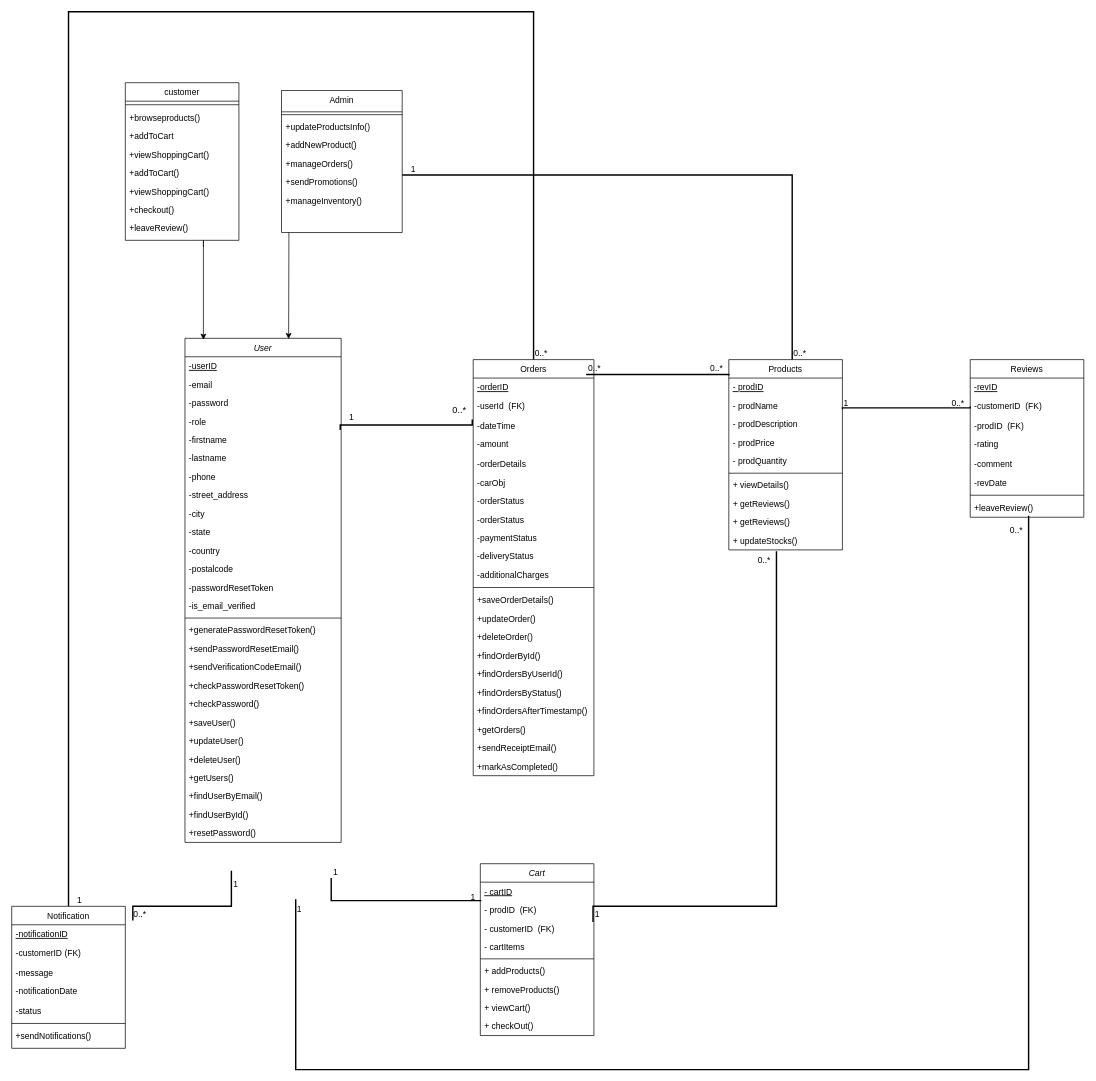
isira-adithya/PUSL2024 keeps this draw.io diagram as assets/diagrams/Class Diagram.drawio. Above is the earlier version. Source tidied: cells renumbered, new cells numbered last; positions are measured from the earlier drawing's top-left corner, leaving out a move shared by most shapes. Both pictures are drawn from the tidied source at 71%, with x=0, y=0 at pixel (11, 11).
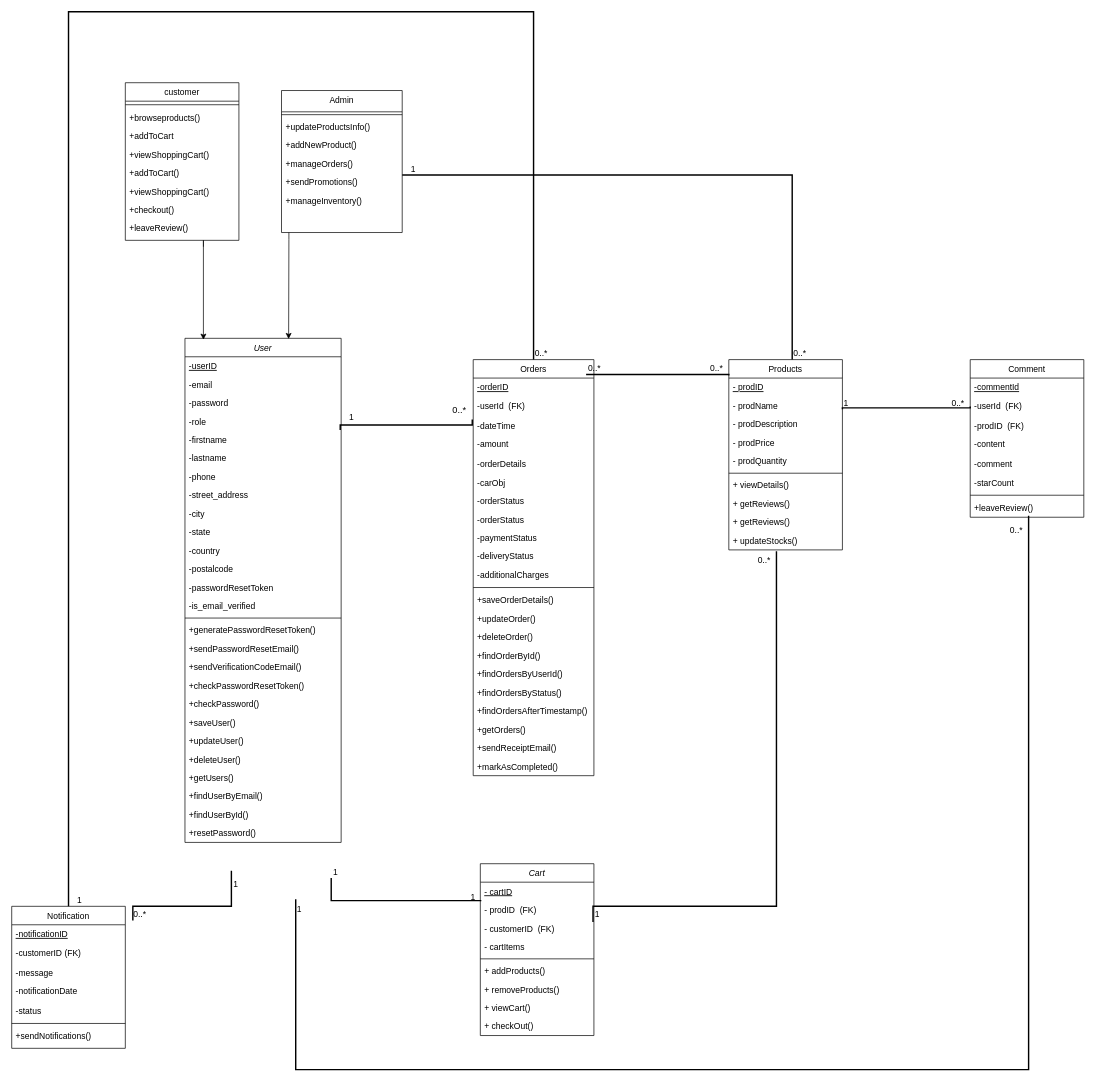
The same page after the edit.

Commit message:
changed the comment class in the class diagram

What changed in the source:
```diff
@@
-    <mxCell id="81" value="Reviews" style="swimlane;fontStyle=0;align=center;verticalAlign=top;horizontal=1;startSize=26;rounded=0;shadow=0;strokeWidth=1;" parent="1" vertex="1">
+    <mxCell id="81" value="Comment" style="swimlane;fontStyle=0;align=center;verticalAlign=top;horizontal=1;startSize=26;rounded=0;shadow=0;strokeWidth=1;" parent="1" vertex="1">
       <mxGeometry x="1350" y="490" width="160" height="222" as="geometry" />
     </mxCell>
-    <mxCell id="82" value="-revID" style="text;align=left;verticalAlign=top;spacingLeft=4;spacingRight=4;overflow=hidden;strokeColor=none;fontStyle=4;" parent="81" vertex="1">
+    <mxCell id="82" value="-commentId" style="text;align=left;verticalAlign=top;spacingLeft=4;spacingRight=4;overflow=hidden;strokeColor=none;fontStyle=4;" parent="81" vertex="1">
       <mxGeometry y="26" width="160" height="26" as="geometry" />
     </mxCell>
-    <mxCell id="83" value="-customerID  (FK)" style="text;align=left;verticalAlign=top;spacingLeft=4;spacingRight=4;overflow=hidden;points=[[0,0.5],[1,0.5]];portConstraint=eastwest;rounded=0;shadow=0;html=0;" parent="81" vertex="1">
+    <mxCell id="83" value="-userId  (FK)" style="text;align=left;verticalAlign=top;spacingLeft=4;spacingRight=4;overflow=hidden;points=[[0,0.5],[1,0.5]];portConstraint=eastwest;rounded=0;shadow=0;html=0;" parent="81" vertex="1">
       <mxGeometry y="52" width="160" height="28" as="geometry" />
     </mxCell>
@@
-    <mxCell id="85" value="-rating" style="text;align=left;verticalAlign=top;spacingLeft=4;spacingRight=4;overflow=hidden;rounded=0;shadow=0;html=0;" parent="81" vertex="1">
+    <mxCell id="85" value="-content" style="text;align=left;verticalAlign=top;spacingLeft=4;spacingRight=4;overflow=hidden;rounded=0;shadow=0;html=0;" parent="81" vertex="1">
       <mxGeometry y="106" width="160" height="28" as="geometry" />
     </mxCell>
@@
-    <mxCell id="87" value="-revDate" style="text;align=left;verticalAlign=top;spacingLeft=4;spacingRight=4;overflow=hidden;rounded=0;shadow=0;html=0;" parent="81" vertex="1">
+    <mxCell id="87" value="-starCount&#10;" style="text;align=left;verticalAlign=top;spacingLeft=4;spacingRight=4;overflow=hidden;rounded=0;shadow=0;html=0;" parent="81" vertex="1">
       <mxGeometry y="160" width="160" height="26" as="geometry" />
     </mxCell>
@@
     <mxCell id="101" style="endArrow=none;shadow=0;strokeWidth=2;rounded=0;endFill=0;edgeStyle=elbowEdgeStyle;elbow=vertical;entryX=1.008;entryY=0.05;entryDx=0;entryDy=0;entryPerimeter=0;" parent="1" edge="1">
       <mxGeometry x="0.5" y="41" relative="1" as="geometry">
         <mxPoint x="309.4" y="1210" as="sourcePoint" />
         <mxPoint x="170.6" y="1280" as="targetPoint" />
         <Array as="points">
-          <mxPoint x="249.4" y="1260" />
+          <mxPoint x="260" y="1260" />
         </Array>
         <mxPoint x="-40" y="32" as="offset" />
       </mxGeometry>
     </mxCell>
```
